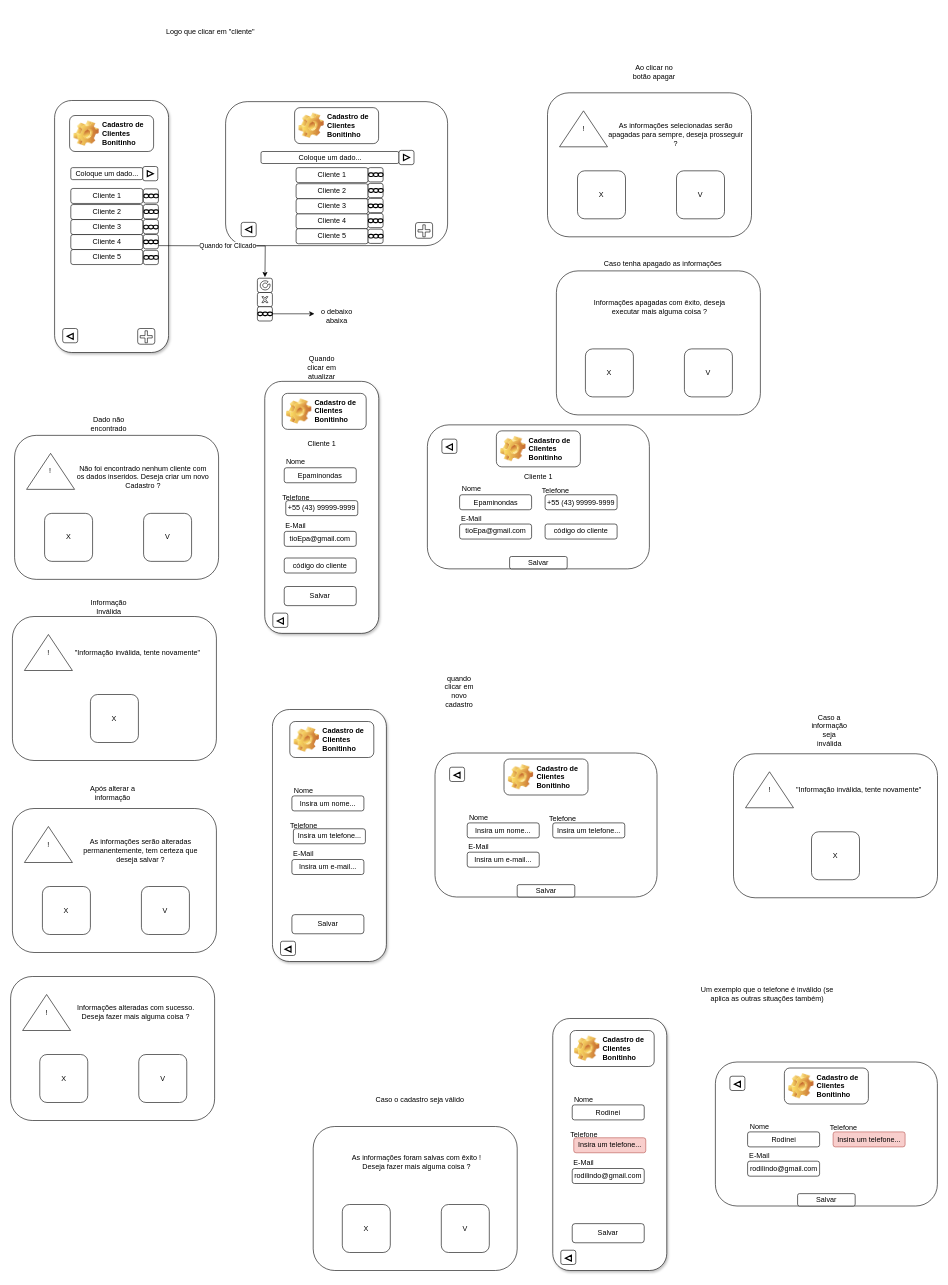
Before: page "Cadastro de Clientes (desenho)" (3 of 10) of DOC/Fluxograma.drawio in GuilhermeIgarashi7/avatar-Fluxograma, a draw.io diagram. Source tidied: cells renumbered, new cells numbered last; positions are measured from the earlier drawing's top-left corner, leaving out a move shared by most shapes. Both pictures are drawn from the tidied source at 60%, with x=0, y=0 at pixel (10, 10).
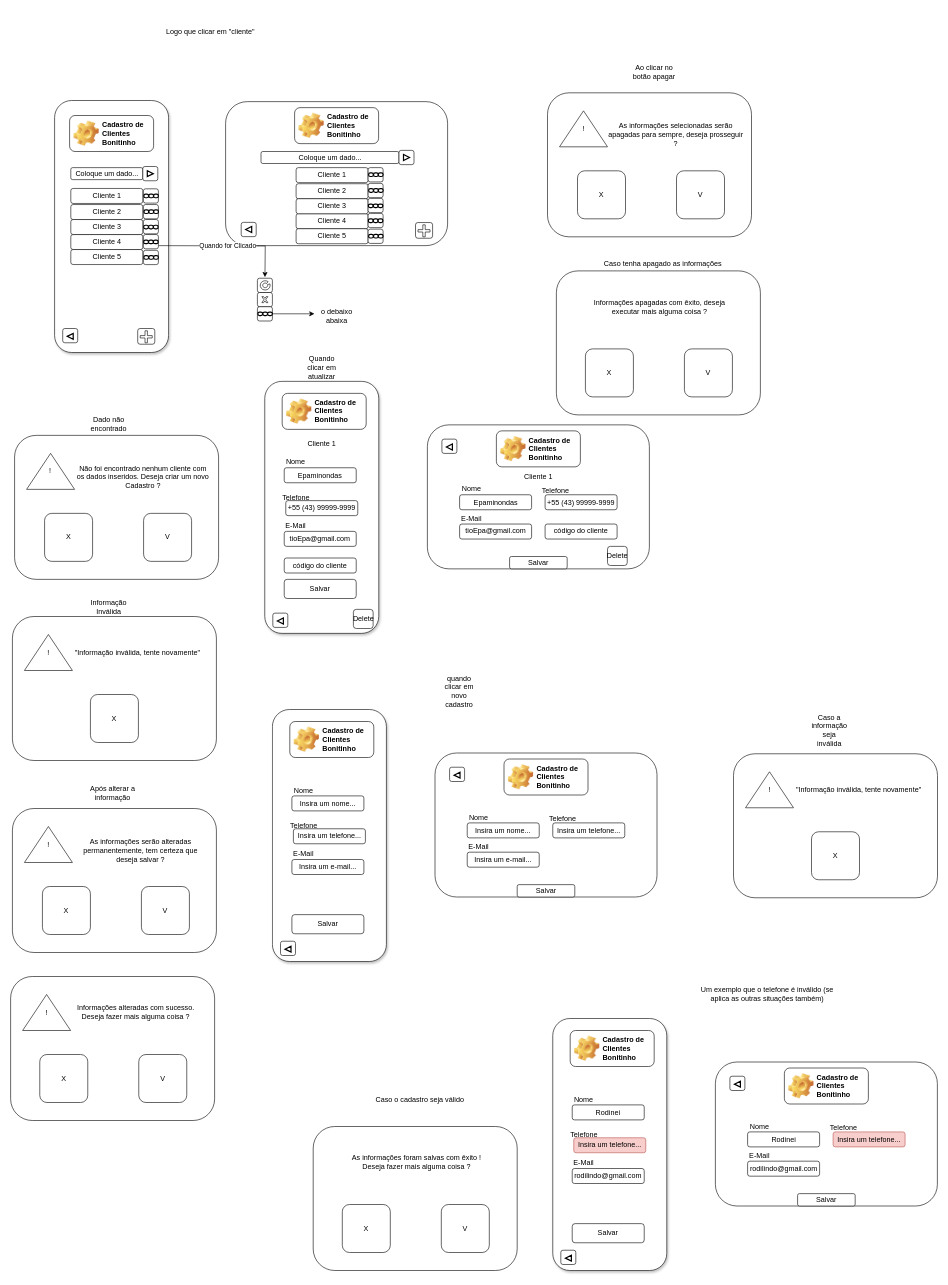
After the change.

Change to the diagram source:
```diff
@@
     <mxCell id="134" value="Salvar" style="rounded=1;whiteSpace=wrap;html=1;" parent="1" vertex="1">
-      <mxGeometry x="456.2" y="960" width="120" height="31.9" as="geometry" />
+      <mxGeometry x="456.2" y="948.1" width="120" height="31.9" as="geometry" />
     </mxCell>
@@
+    <mxCell id="218" value="Delete" style="rounded=1;whiteSpace=wrap;html=1;" parent="1" vertex="1">
+      <mxGeometry x="571.5" y="998.1" width="32.9" height="31.9" as="geometry" />
+    </mxCell>
+    <mxCell id="219" value="Delete" style="rounded=1;whiteSpace=wrap;html=1;" parent="1" vertex="1">
+      <mxGeometry x="995" y="893.1" width="32.9" height="31.9" as="geometry" />
+    </mxCell>
```
